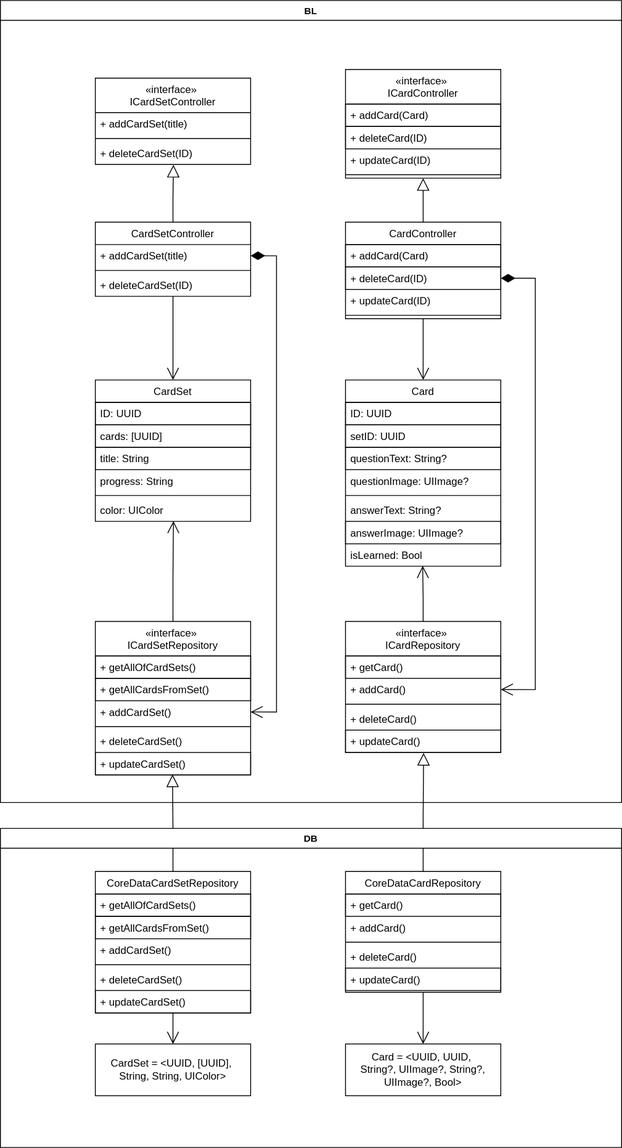
The draw.io diagram img/uml.svg in swiftizer/Cards, before a commit. Source tidied: cells renumbered, new cells last; positions are measured from the earlier drawing's top-left corner, leaving out a move shared by most shapes.
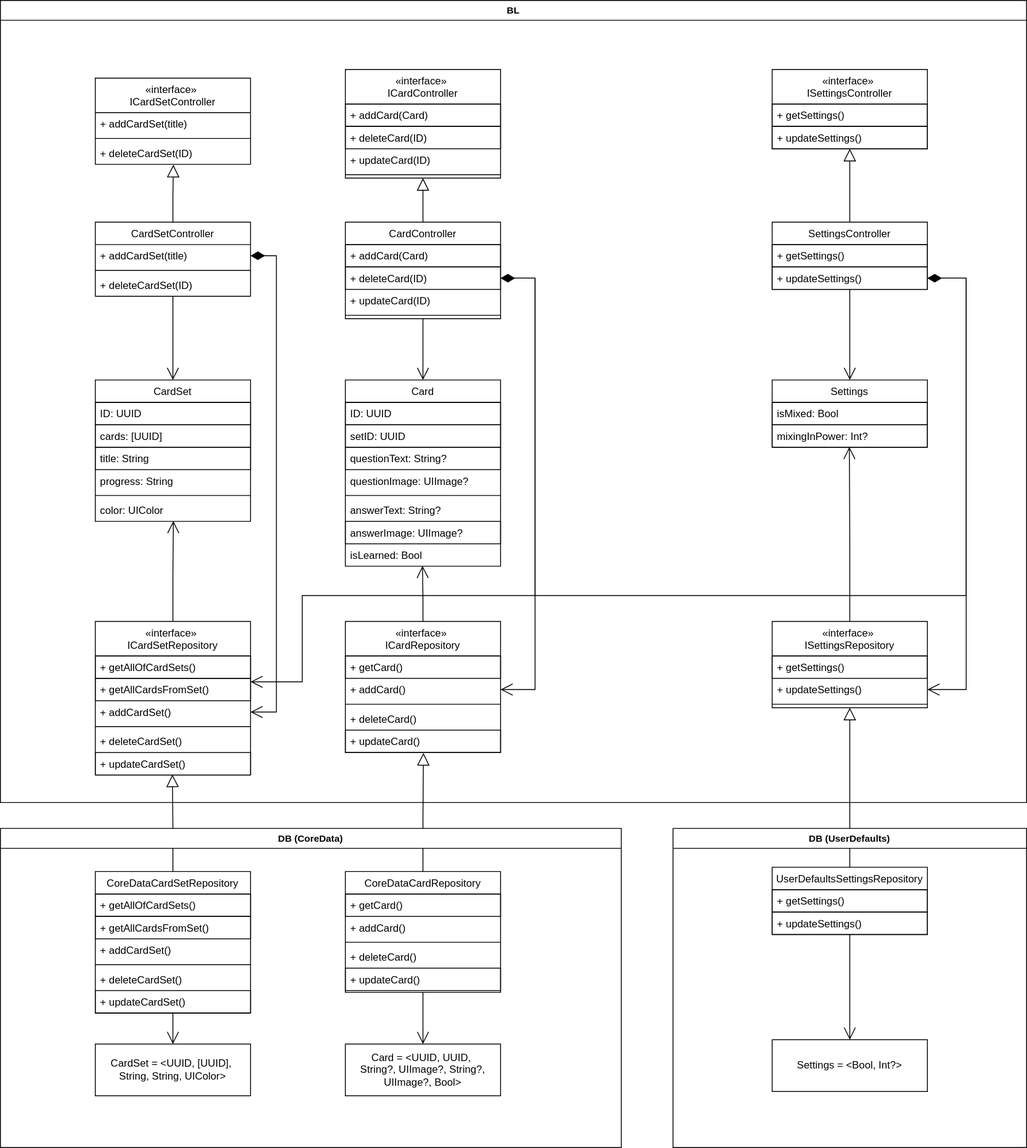
After the commit.

What changed in the source:
```diff
@@ -234,11 +234,107 @@
         </Array>
       </mxGeometry>
     </mxCell>
-    <mxCell id="76" value="DB" style="swimlane;fontSize=11;strokeColor=default;" parent="1" vertex="1">
+    <mxCell id="76" value="DB (CoreData)" style="swimlane;fontSize=11;strokeColor=default;" parent="1" vertex="1">
       <mxGeometry y="960" width="720" height="370" as="geometry" />
     </mxCell>
     <mxCell id="77" value="BL" style="swimlane;fontSize=11;strokeColor=default;" parent="1" vertex="1">
-      <mxGeometry width="720" height="930" as="geometry" />
+      <mxGeometry width="1190" height="930" as="geometry" />
     </mxCell>
+    <mxCell id="78" value="«interface» &#10;ISettingsRepository" style="swimlane;fontStyle=0;align=center;verticalAlign=top;horizontal=1;startSize=40;rounded=0;shadow=0;strokeWidth=1;" parent="77" vertex="1">
+      <mxGeometry x="895" y="720" width="180" height="100" as="geometry" />
+    </mxCell>
+    <mxCell id="79" value="+ getSettings()" style="text;align=left;verticalAlign=top;spacingLeft=4;spacingRight=4;overflow=hidden;strokeColor=default;" parent="78" vertex="1">
+      <mxGeometry y="40" width="180" height="26" as="geometry" />
+    </mxCell>
+    <mxCell id="80" value="+ updateSettings()" style="text;align=left;verticalAlign=top;spacingLeft=4;spacingRight=4;overflow=hidden;points=[[0,0.5],[1,0.5]];portConstraint=eastwest;rounded=0;shadow=0;html=0;" parent="78" vertex="1">
+      <mxGeometry y="66" width="180" height="26" as="geometry" />
+    </mxCell>
+    <mxCell id="81" style="line;html=1;strokeWidth=1;align=left;verticalAlign=middle;spacingTop=-1;spacingLeft=3;spacingRight=3;labelPosition=right;" parent="78" vertex="1">
+      <mxGeometry y="92" width="180" height="8" as="geometry" />
+    </mxCell>
+    <mxCell id="82" value="Settings" style="swimlane;fontStyle=0;align=center;verticalAlign=top;horizontal=1;startSize=26;rounded=0;shadow=0;strokeWidth=1;" parent="77" vertex="1">
+      <mxGeometry x="895" y="440" width="180" height="78" as="geometry" />
+    </mxCell>
+    <mxCell id="83" value="isMixed: Bool" style="text;align=left;verticalAlign=top;spacingLeft=4;spacingRight=4;overflow=hidden;strokeColor=default;" parent="82" vertex="1">
+      <mxGeometry y="26" width="180" height="26" as="geometry" />
+    </mxCell>
+    <mxCell id="84" value="mixingInPower: Int?" style="text;align=left;verticalAlign=top;spacingLeft=4;spacingRight=4;overflow=hidden;points=[[0,0.5],[1,0.5]];portConstraint=eastwest;strokeColor=default;" parent="82" vertex="1">
+      <mxGeometry y="52" width="180" height="26" as="geometry" />
+    </mxCell>
+    <mxCell id="85" style="edgeStyle=orthogonalEdgeStyle;rounded=0;jumpSize=6;jettySize=auto;html=1;entryX=0.497;entryY=0.985;endSize=12;startSize=14;entryDx=0;entryDy=0;entryPerimeter=0;fontSize=11;startArrow=none;startFill=0;endArrow=open;endFill=0;sourcePerimeterSpacing=0;targetPerimeterSpacing=0;" parent="77" edge="1" source="78" target="84">
+      <mxGeometry relative="1" as="geometry" />
+    </mxCell>
+    <mxCell id="86" style="edgeStyle=orthogonalEdgeStyle;rounded=0;jumpSize=6;endSize=12;startSize=14;jettySize=auto;html=1;entryX=0.5;entryY=0;entryDx=0;entryDy=0;fontSize=11;startArrow=none;startFill=0;endArrow=open;endFill=0;sourcePerimeterSpacing=0;targetPerimeterSpacing=0;" parent="77" edge="1" source="87" target="82">
+      <mxGeometry relative="1" as="geometry" />
+    </mxCell>
+    <mxCell id="87" value="SettingsController" style="swimlane;fontStyle=0;align=center;verticalAlign=top;horizontal=1;startSize=26;rounded=0;shadow=0;strokeWidth=1;" parent="77" vertex="1">
+      <mxGeometry x="895" y="257" width="180" height="78" as="geometry" />
+    </mxCell>
+    <mxCell id="88" value="+ getSettings()" style="text;align=left;verticalAlign=top;spacingLeft=4;spacingRight=4;overflow=hidden;strokeColor=default;" parent="87" vertex="1">
+      <mxGeometry y="26" width="180" height="26" as="geometry" />
+    </mxCell>
+    <mxCell id="89" value="+ updateSettings()" style="text;align=left;verticalAlign=top;spacingLeft=4;spacingRight=4;overflow=hidden;points=[[0,0.5],[1,0.5]];portConstraint=eastwest;strokeColor=default;" parent="87" vertex="1">
+      <mxGeometry y="52" width="180" height="26" as="geometry" />
+    </mxCell>
+    <mxCell id="90" value="«interface» &#10;ISettingsController" style="swimlane;fontStyle=0;align=center;verticalAlign=top;horizontal=1;startSize=40;rounded=0;shadow=0;strokeWidth=1;" parent="77" vertex="1">
+      <mxGeometry x="895" y="80" width="180" height="92" as="geometry" />
+    </mxCell>
+    <mxCell id="91" value="+ getSettings()" style="text;align=left;verticalAlign=top;spacingLeft=4;spacingRight=4;overflow=hidden;strokeColor=default;" parent="90" vertex="1">
+      <mxGeometry y="40" width="180" height="26" as="geometry" />
+    </mxCell>
+    <mxCell id="92" value="+ updateSettings()" style="text;align=left;verticalAlign=top;spacingLeft=4;spacingRight=4;overflow=hidden;strokeColor=default;" parent="90" vertex="1">
+      <mxGeometry y="66" width="180" height="26" as="geometry" />
+    </mxCell>
+    <mxCell id="93" style="edgeStyle=orthogonalEdgeStyle;rounded=0;jumpSize=6;endSize=12;startSize=14;jettySize=auto;html=1;entryX=0.5;entryY=1;entryDx=0;entryDy=0;fontSize=11;startArrow=none;startFill=0;endArrow=block;endFill=0;sourcePerimeterSpacing=0;targetPerimeterSpacing=0;" parent="77" edge="1" source="87" target="90">
+      <mxGeometry relative="1" as="geometry" />
+    </mxCell>
+    <mxCell id="94" style="edgeStyle=orthogonalEdgeStyle;rounded=0;endSize=12;startSize=14;jumpSize=6;jettySize=auto;html=1;entryX=1;entryY=0.5;entryDx=0;entryDy=0;startArrow=diamondThin;startFill=1;endArrow=open;endFill=0;sourcePerimeterSpacing=0;targetPerimeterSpacing=0;" parent="77" edge="1" source="89" target="80">
+      <mxGeometry relative="1" as="geometry">
+        <Array as="points">
+          <mxPoint x="1120" y="322" />
+          <mxPoint x="1120" y="799" />
+        </Array>
+      </mxGeometry>
+    </mxCell>
+    <mxCell id="95" style="edgeStyle=orthogonalEdgeStyle;endSize=12;startSize=14;rounded=0;jettySize=auto;html=1;endArrow=open;endFill=0;" parent="1" edge="1" source="62" target="24">
+      <mxGeometry relative="1" as="geometry">
+        <Array as="points">
+          <mxPoint x="620" y="322" />
+          <mxPoint x="620" y="690" />
+          <mxPoint x="350" y="690" />
+          <mxPoint x="350" y="790" />
+        </Array>
+      </mxGeometry>
+    </mxCell>
+    <mxCell id="96" style="edgeStyle=orthogonalEdgeStyle;rounded=0;jettySize=auto;html=1;entryX=0.5;entryY=1;entryDx=0;entryDy=0;endSize=12;startSize=14;endArrow=block;endFill=0;" parent="1" edge="1" source="99" target="78">
+      <mxGeometry relative="1" as="geometry" />
+    </mxCell>
+    <mxCell id="97" style="edgeStyle=orthogonalEdgeStyle;rounded=0;jettySize=auto;html=1;endArrow=none;endFill=0;" parent="1" edge="1" source="89">
+      <mxGeometry relative="1" as="geometry">
+        <mxPoint x="620" y="690" as="targetPoint" />
+        <Array as="points">
+          <mxPoint x="1120" y="322" />
+          <mxPoint x="1120" y="690" />
+        </Array>
+      </mxGeometry>
+    </mxCell>
+    <mxCell id="98" value="DB (UserDefaults)" style="swimlane;fontSize=11;strokeColor=default;" parent="1" vertex="1">
+      <mxGeometry x="780" y="960" width="410" height="370" as="geometry" />
+    </mxCell>
+    <mxCell id="99" value="UserDefaultsSettingsRepository" style="swimlane;fontStyle=0;align=center;verticalAlign=top;horizontal=1;startSize=26;rounded=0;shadow=0;strokeWidth=1;" parent="98" vertex="1">
+      <mxGeometry x="115" y="45" width="180" height="78" as="geometry" />
+    </mxCell>
+    <mxCell id="100" value="+ getSettings()" style="text;align=left;verticalAlign=top;spacingLeft=4;spacingRight=4;overflow=hidden;strokeColor=default;" parent="99" vertex="1">
+      <mxGeometry y="26" width="180" height="26" as="geometry" />
+    </mxCell>
+    <mxCell id="101" value="+ updateSettings()" style="text;align=left;verticalAlign=top;spacingLeft=4;spacingRight=4;overflow=hidden;strokeColor=default;" parent="99" vertex="1">
+      <mxGeometry y="52" width="180" height="26" as="geometry" />
+    </mxCell>
+    <mxCell id="102" value="Settings = &amp;lt;Bool, Int?&amp;gt;" style="rounded=0;whiteSpace=wrap;html=1;strokeColor=default;" parent="98" vertex="1">
+      <mxGeometry x="115" y="245" width="180" height="60" as="geometry" />
+    </mxCell>
+    <mxCell id="103" style="edgeStyle=orthogonalEdgeStyle;rounded=0;jettySize=auto;endSize=12;startSize=14;html=1;endArrow=open;endFill=0;" parent="98" edge="1" source="99" target="102">
+      <mxGeometry relative="1" as="geometry" />
+    </mxCell>
   </root>
 </mxGraphModel>
```
